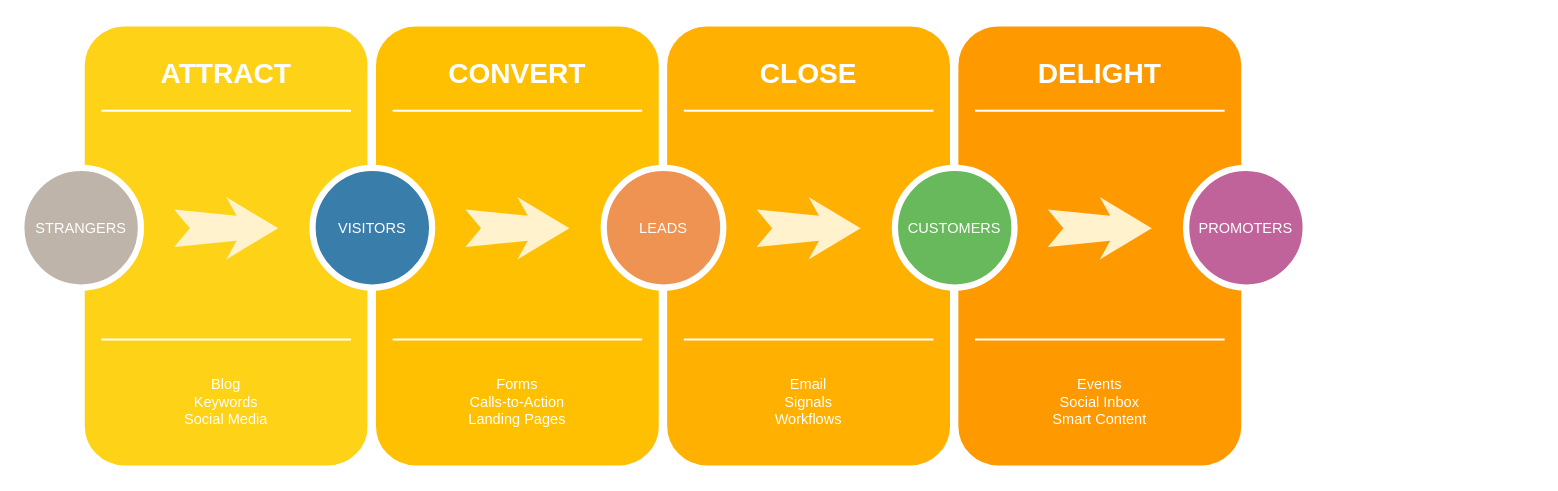
The draw.io diagram draw/Process.drawio in nicky-ops/Lmia, before the edit. Source tidied: cells renumbered, new cells numbered last; positions are measured from the earlier drawing's top-left corner, leaving out a move shared by most shapes. Both pictures are drawn from the tidied source at 104%, with x=0, y=0 at pixel (21, 22).
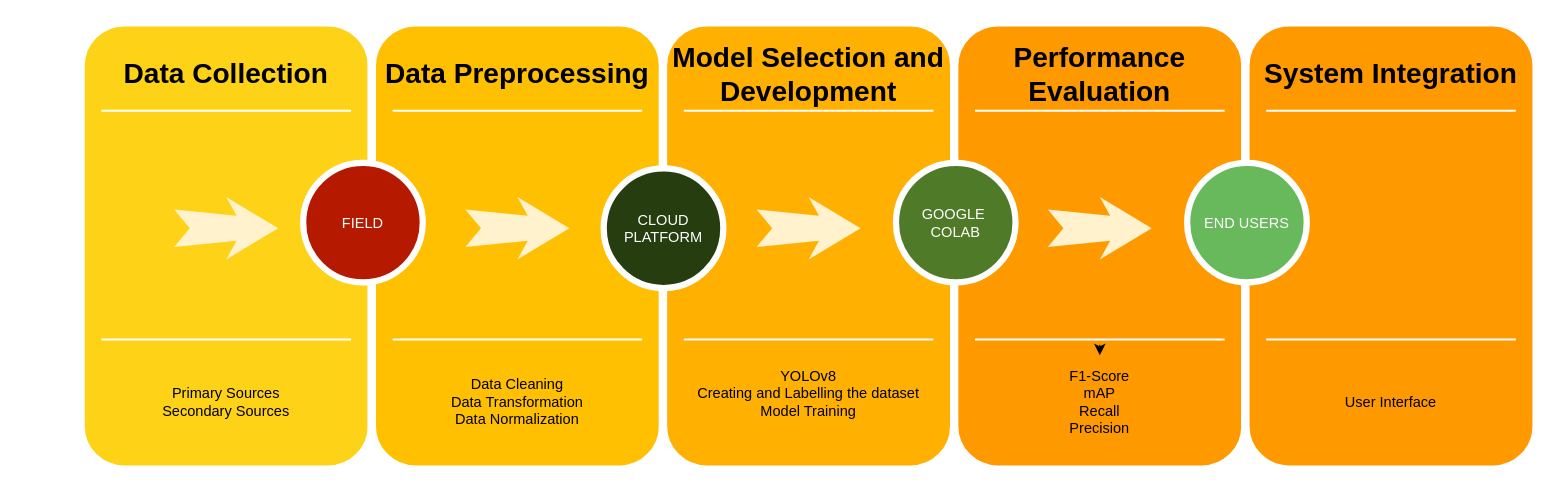
Above is the later version.

Unchanged cells that the change refers to:
```xml
<mxCell id="27" style="line;strokeWidth=2;html=1;rounded=0;shadow=0;fontSize=27;align=center;fillColor=none;strokeColor=#FFFFFF;" parent="1" vertex="1">
  <mxGeometry x="917" y="300" width="240" height="10" as="geometry" />
</mxCell>
```

Change to the diagram source:
```diff
@@
-    <mxCell id="3" value="ATTRACT" style="text;html=1;strokeColor=none;fillColor=none;align=center;verticalAlign=middle;whiteSpace=wrap;rounded=0;shadow=0;fontSize=27;fontColor=#FFFFFF;fontStyle=1;" parent="1" vertex="1">
+    <mxCell id="3" value="Data Collection" style="text;html=1;strokeColor=none;fillColor=none;align=center;verticalAlign=middle;whiteSpace=wrap;rounded=0;shadow=0;fontSize=27;fontColor=#000000;fontStyle=1;" parent="1" vertex="1">
       <mxGeometry x="57" y="20" width="280" height="60" as="geometry" />
     </mxCell>
-    <mxCell id="4" value="Blog&lt;div&gt;Keywords&lt;/div&gt;&lt;div&gt;Social Media&lt;/div&gt;" style="text;html=1;strokeColor=none;fillColor=none;align=center;verticalAlign=middle;whiteSpace=wrap;rounded=0;shadow=0;fontSize=14;fontColor=#FFFFFF;" parent="1" vertex="1">
+    <mxCell id="4" value="Primary Sources&lt;div&gt;Secondary Sources&lt;/div&gt;" style="text;html=1;strokeColor=none;fillColor=none;align=center;verticalAlign=middle;whiteSpace=wrap;rounded=0;shadow=0;fontSize=14;fontColor=#000000;" parent="1" vertex="1">
       <mxGeometry x="57" y="320" width="280" height="90" as="geometry" />
     </mxCell>
@@
-    <mxCell id="7" value="STRANGERS" style="ellipse;whiteSpace=wrap;html=1;rounded=0;shadow=0;strokeWidth=6;fontSize=14;align=center;fillColor=#BFB4A9;strokeColor=#FFFFFF;fontColor=#FFFFFF;" parent="1" vertex="1">
-      <mxGeometry y="140" width="115" height="115" as="geometry" />
-    </mxCell>
-    <mxCell id="8" style="html=1;shadow=0;dashed=0;align=center;verticalAlign=middle;shape=mxgraph.arrows2.stylisedArrow;dy=0.6;dx=40;notch=15;feather=0.4;rounded=0;strokeWidth=1;fontSize=27;strokeColor=none;fillColor=#fff2cc;" parent="1" vertex="1">
+    <mxCell id="8" style="html=1;shadow=0;dashed=0;align=center;verticalAlign=middle;shape=mxgraph.arrows2.stylisedArrow;dy=0.6;dx=40;notch=15;feather=0.4;rounded=0;strokeWidth=1;fontSize=27;strokeColor=none;fillColor=#fff2cc;fontColor=#000000;" parent="1" vertex="1">
       <mxGeometry x="147" y="168" width="100" height="60" as="geometry" />
     </mxCell>
@@
-    <mxCell id="10" value="CONVERT" style="text;html=1;strokeColor=none;fillColor=none;align=center;verticalAlign=middle;whiteSpace=wrap;rounded=0;shadow=0;fontSize=27;fontColor=#FFFFFF;fontStyle=1;" parent="1" vertex="1">
+    <mxCell id="10" value="Data Preprocessing" style="text;html=1;strokeColor=none;fillColor=none;align=center;verticalAlign=middle;whiteSpace=wrap;rounded=0;shadow=0;fontSize=27;fontColor=#000000;fontStyle=1;" parent="1" vertex="1">
       <mxGeometry x="337" y="20" width="280" height="60" as="geometry" />
     </mxCell>
-    <mxCell id="11" value="Forms&lt;div&gt;Calls-to-Action&lt;/div&gt;&lt;div&gt;Landing Pages&lt;/div&gt;" style="text;html=1;strokeColor=none;fillColor=none;align=center;verticalAlign=middle;whiteSpace=wrap;rounded=0;shadow=0;fontSize=14;fontColor=#FFFFFF;" parent="1" vertex="1">
+    <mxCell id="11" value="&lt;span style=&quot;font-size: 14px;&quot;&gt;Data Cleaning&lt;/span&gt;&lt;div&gt;Data Transformation&lt;/div&gt;&lt;div&gt;Data Normalization&lt;/div&gt;" style="text;html=1;strokeColor=none;fillColor=none;align=center;verticalAlign=middle;whiteSpace=wrap;rounded=0;shadow=0;fontSize=14;fontColor=#000000;" parent="1" vertex="1">
       <mxGeometry x="337" y="320" width="280" height="90" as="geometry" />
     </mxCell>
@@
-    <mxCell id="14" value="VISITORS" style="ellipse;whiteSpace=wrap;html=1;rounded=0;shadow=0;strokeWidth=6;fontSize=14;align=center;fillColor=#397DAA;strokeColor=#FFFFFF;fontColor=#FFFFFF;" parent="1" vertex="1">
-      <mxGeometry x="280" y="140" width="115" height="115" as="geometry" />
-    </mxCell>
-    <mxCell id="15" style="html=1;shadow=0;dashed=0;align=center;verticalAlign=middle;shape=mxgraph.arrows2.stylisedArrow;dy=0.6;dx=40;notch=15;feather=0.4;rounded=0;strokeWidth=1;fontSize=27;strokeColor=none;fillColor=#fff2cc;" parent="1" vertex="1">
+    <mxCell id="15" style="html=1;shadow=0;dashed=0;align=center;verticalAlign=middle;shape=mxgraph.arrows2.stylisedArrow;dy=0.6;dx=40;notch=15;feather=0.4;rounded=0;strokeWidth=1;fontSize=27;strokeColor=none;fillColor=#fff2cc;fontColor=#000000;" parent="1" vertex="1">
       <mxGeometry x="427" y="168" width="100" height="60" as="geometry" />
     </mxCell>
@@
-    <mxCell id="17" value="CLOSE" style="text;html=1;strokeColor=none;fillColor=none;align=center;verticalAlign=middle;whiteSpace=wrap;rounded=0;shadow=0;fontSize=27;fontColor=#FFFFFF;fontStyle=1;" parent="1" vertex="1">
+    <mxCell id="17" value="Model Selection and Development" style="text;html=1;strokeColor=none;fillColor=none;align=center;verticalAlign=middle;whiteSpace=wrap;rounded=0;shadow=0;fontSize=27;fontColor=#000000;fontStyle=1;" parent="1" vertex="1">
       <mxGeometry x="617" y="20" width="280" height="60" as="geometry" />
     </mxCell>
-    <mxCell id="18" value="Email&lt;div&gt;Signals&lt;/div&gt;&lt;div&gt;Workflows&lt;/div&gt;" style="text;html=1;strokeColor=none;fillColor=none;align=center;verticalAlign=middle;whiteSpace=wrap;rounded=0;shadow=0;fontSize=14;fontColor=#FFFFFF;" parent="1" vertex="1">
+    <mxCell id="18" value="&lt;span style=&quot;font-size: 14px;&quot;&gt;YOLOv8&lt;/span&gt;&lt;br&gt;&lt;div&gt;&lt;div&gt;Creating and Labelling the dataset&lt;/div&gt;&lt;div&gt;Model Training&lt;/div&gt;&lt;div&gt;&lt;br&gt;&lt;/div&gt;&lt;/div&gt;" style="text;html=1;strokeColor=none;fillColor=none;align=center;verticalAlign=middle;whiteSpace=wrap;rounded=0;shadow=0;fontSize=14;fontColor=#000000;" parent="1" vertex="1">
       <mxGeometry x="617" y="320" width="280" height="90" as="geometry" />
     </mxCell>
@@
-    <mxCell id="21" value="LEADS" style="ellipse;whiteSpace=wrap;html=1;rounded=0;shadow=0;strokeWidth=6;fontSize=14;align=center;fillColor=#EF9353;strokeColor=#FFFFFF;fontColor=#FFFFFF;" parent="1" vertex="1">
-      <mxGeometry x="560" y="140" width="115" height="115" as="geometry" />
-    </mxCell>
-    <mxCell id="22" style="html=1;shadow=0;dashed=0;align=center;verticalAlign=middle;shape=mxgraph.arrows2.stylisedArrow;dy=0.6;dx=40;notch=15;feather=0.4;rounded=0;strokeWidth=1;fontSize=27;strokeColor=none;fillColor=#fff2cc;" parent="1" vertex="1">
+    <mxCell id="22" style="html=1;shadow=0;dashed=0;align=center;verticalAlign=middle;shape=mxgraph.arrows2.stylisedArrow;dy=0.6;dx=40;notch=15;feather=0.4;rounded=0;strokeWidth=1;fontSize=27;strokeColor=none;fillColor=#fff2cc;fontColor=#000000;" parent="1" vertex="1">
       <mxGeometry x="707" y="168" width="100" height="60" as="geometry" />
     </mxCell>
@@
-    <mxCell id="24" value="DELIGHT" style="text;html=1;strokeColor=none;fillColor=none;align=center;verticalAlign=middle;whiteSpace=wrap;rounded=0;shadow=0;fontSize=27;fontColor=#FFFFFF;fontStyle=1;" parent="1" vertex="1">
+    <mxCell id="24" value="Performance Evaluation" style="text;html=1;strokeColor=none;fillColor=none;align=center;verticalAlign=middle;whiteSpace=wrap;rounded=0;shadow=0;fontSize=27;fontColor=#000000;fontStyle=1;" parent="1" vertex="1">
       <mxGeometry x="897" y="20" width="280" height="60" as="geometry" />
     </mxCell>
-    <mxCell id="25" value="Events&lt;div&gt;Social Inbox&lt;/div&gt;&lt;div&gt;Smart Content&lt;/div&gt;" style="text;html=1;strokeColor=none;fillColor=none;align=center;verticalAlign=middle;whiteSpace=wrap;rounded=0;shadow=0;fontSize=14;fontColor=#FFFFFF;" parent="1" vertex="1">
+    <mxCell id="25" value="F1-Score&lt;div&gt;mAP&lt;/div&gt;&lt;div&gt;Recall&lt;/div&gt;&lt;div&gt;Precision&lt;/div&gt;" style="text;html=1;strokeColor=none;fillColor=none;align=center;verticalAlign=middle;whiteSpace=wrap;rounded=0;shadow=0;fontSize=14;fontColor=#000000;" parent="1" vertex="1">
       <mxGeometry x="897" y="320" width="280" height="90" as="geometry" />
     </mxCell>
@@
+    <mxCell id="31" style="edgeStyle=none;curved=1;rounded=0;jettySize=auto;html=1;fontSize=12;startSize=8;endSize=8;" parent="1" edge="1" source="27" target="25">
+      <mxGeometry relative="1" as="geometry" />
+    </mxCell>
@@
-    <mxCell id="28" value="CUSTOMERS" style="ellipse;whiteSpace=wrap;html=1;rounded=0;shadow=0;strokeWidth=6;fontSize=14;align=center;fillColor=#68B85C;strokeColor=#FFFFFF;fontColor=#FFFFFF;" parent="1" vertex="1">
-      <mxGeometry x="840" y="140" width="115" height="115" as="geometry" />
-    </mxCell>
-    <mxCell id="29" style="html=1;shadow=0;dashed=0;align=center;verticalAlign=middle;shape=mxgraph.arrows2.stylisedArrow;dy=0.6;dx=40;notch=15;feather=0.4;rounded=0;strokeWidth=1;fontSize=27;strokeColor=none;fillColor=#fff2cc;" parent="1" vertex="1">
+    <mxCell id="29" style="html=1;shadow=0;dashed=0;align=center;verticalAlign=middle;shape=mxgraph.arrows2.stylisedArrow;dy=0.6;dx=40;notch=15;feather=0.4;rounded=0;strokeWidth=1;fontSize=27;strokeColor=none;fillColor=#fff2cc;fontColor=#000000;" parent="1" vertex="1">
       <mxGeometry x="987" y="168" width="100" height="60" as="geometry" />
     </mxCell>
-    <mxCell id="30" value="PROMOTERS" style="ellipse;whiteSpace=wrap;html=1;rounded=0;shadow=0;strokeWidth=6;fontSize=14;align=center;fillColor=#BF639A;strokeColor=#FFFFFF;fontColor=#FFFFFF;" parent="1" vertex="1">
-      <mxGeometry x="1120" y="140" width="115" height="115" as="geometry" />
-    </mxCell>
+    <mxCell id="32" style="whiteSpace=wrap;html=1;rounded=1;shadow=0;strokeWidth=8;fontSize=20;align=center;fillColor=#FE9900;strokeColor=#FFFFFF;" parent="1" vertex="1">
+      <mxGeometry x="1177" width="280" height="430" as="geometry" />
+    </mxCell>
+    <mxCell id="33" value="System Integration" style="text;html=1;strokeColor=none;fillColor=none;align=center;verticalAlign=middle;whiteSpace=wrap;rounded=0;shadow=0;fontSize=27;fontColor=#000000;fontStyle=1;" parent="1" vertex="1">
+      <mxGeometry x="1177" y="20" width="280" height="60" as="geometry" />
+    </mxCell>
+    <mxCell id="34" value="&lt;div&gt;User Interface&lt;/div&gt;" style="text;html=1;strokeColor=none;fillColor=none;align=center;verticalAlign=middle;whiteSpace=wrap;rounded=0;shadow=0;fontSize=14;fontColor=#000000;" parent="1" vertex="1">
+      <mxGeometry x="1177" y="320" width="280" height="90" as="geometry" />
+    </mxCell>
+    <mxCell id="35" style="line;strokeWidth=2;html=1;rounded=0;shadow=0;fontSize=27;align=center;fillColor=none;strokeColor=#FFFFFF;" parent="1" vertex="1">
+      <mxGeometry x="1197" y="300" width="240" height="10" as="geometry" />
+    </mxCell>
+    <mxCell id="36" style="line;strokeWidth=2;html=1;rounded=0;shadow=0;fontSize=27;align=center;fillColor=none;strokeColor=#FFFFFF;" parent="1" vertex="1">
+      <mxGeometry x="1197" y="80" width="240" height="10" as="geometry" />
+    </mxCell>
+    <mxCell id="37" value="END USERS" style="ellipse;whiteSpace=wrap;html=1;rounded=0;shadow=0;strokeWidth=6;fontSize=14;align=center;fillColor=#68B85C;strokeColor=#FFFFFF;fontColor=#FFFFFF;" parent="1" vertex="1">
+      <mxGeometry x="1121" y="135" width="115" height="115" as="geometry" />
+    </mxCell>
+    <mxCell id="38" value="GOOGLE&amp;nbsp;&lt;div&gt;COLAB&lt;/div&gt;" style="ellipse;whiteSpace=wrap;html=1;rounded=0;shadow=0;strokeWidth=6;fontSize=14;align=center;fillColor=#4f7a28;strokeColor=#FFFFFF;fontColor=#FFFFFF;" parent="1" vertex="1">
+      <mxGeometry x="841" y="135" width="115" height="115" as="geometry" />
+    </mxCell>
+    <mxCell id="39" value="&lt;font color=&quot;#ffffff&quot;&gt;CLOUD PLATFORM&lt;/font&gt;" style="ellipse;whiteSpace=wrap;html=1;rounded=0;shadow=0;strokeWidth=6;fontSize=14;align=center;fillColor=#263e0f;strokeColor=#ffffff;fontColor=#000000;" parent="1" vertex="1">
+      <mxGeometry x="560" y="140.5" width="115" height="115" as="geometry" />
+    </mxCell>
+    <mxCell id="40" value="FIELD" style="ellipse;whiteSpace=wrap;html=1;rounded=0;shadow=0;strokeWidth=6;fontSize=14;align=center;fillColor=#b51a00;strokeColor=#FFFFFF;fontColor=#FFFFFF;" parent="1" vertex="1">
+      <mxGeometry x="271" y="135" width="115" height="115" as="geometry" />
+    </mxCell>
```
